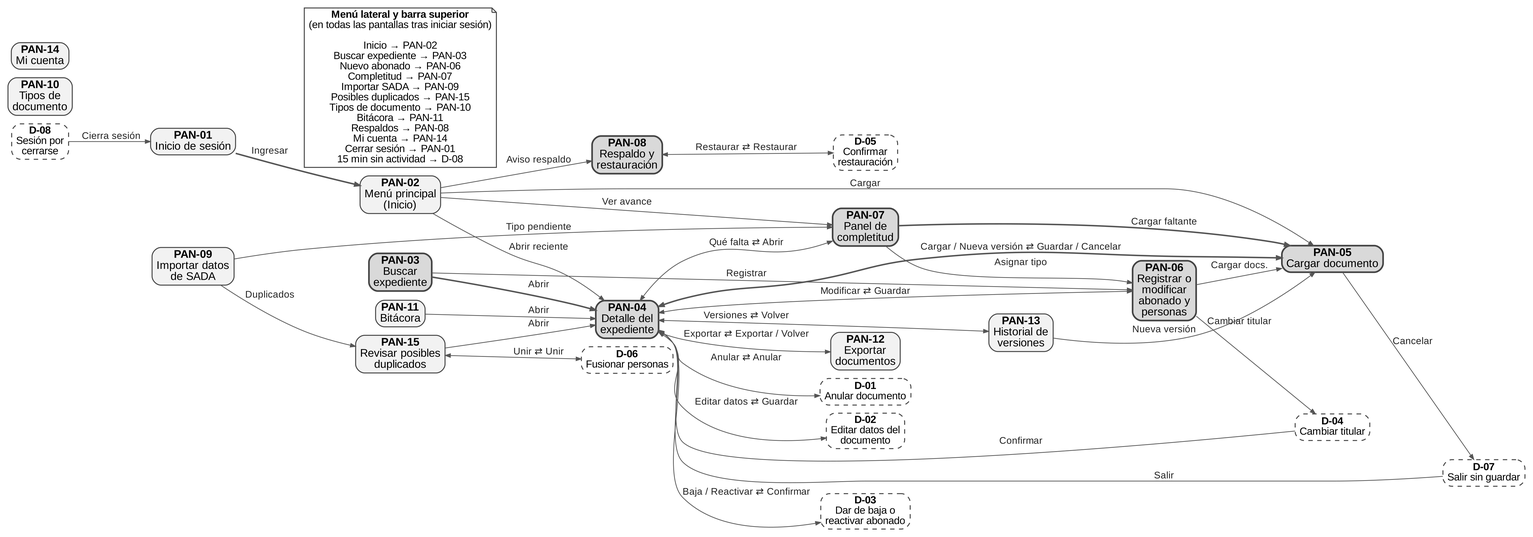
The Graphviz diagram Entregables/Prototipos/mapa_navegacion/Mapa_Navegacion_SIGEDA_documento.png in KendalTC/ProyectoASADA, before a commit. Its source is kept beside it as Entregables/Prototipos/mapa_navegacion/Mapa_Navegacion_SIGEDA_documento.dot.
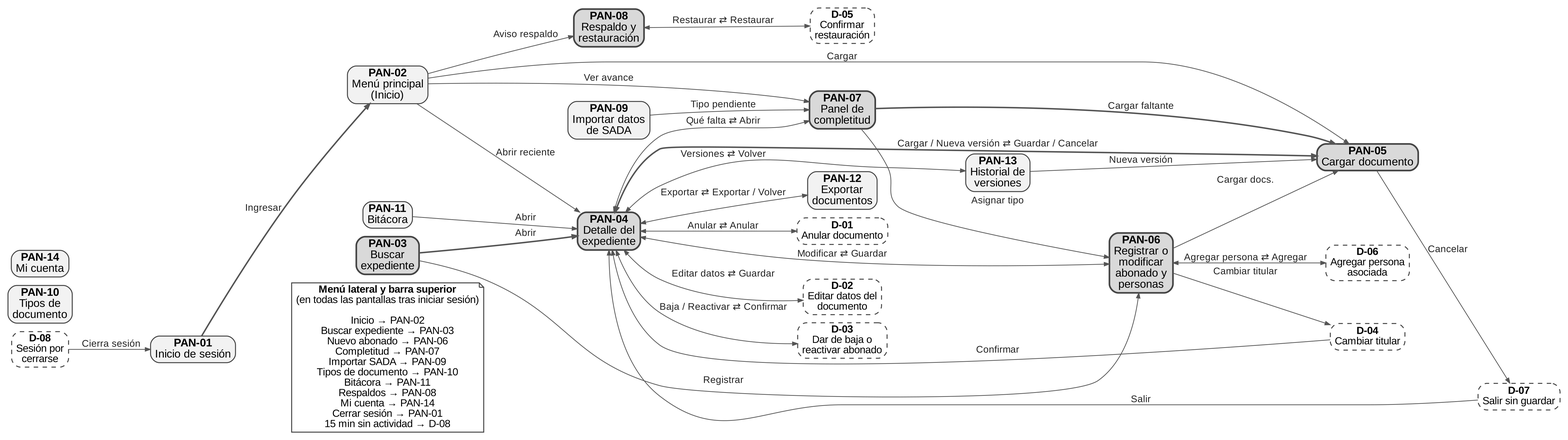
The same diagram one commit later.

The edit, as a diff of the source:
```diff
@@ -16,16 +16,15 @@
 "PAN-12" [label=<<b>PAN-12</b><br/>Exportar<br/>documentos>];
 "PAN-13" [label=<<b>PAN-13</b><br/>Historial de<br/>versiones>];
 "PAN-14" [label=<<b>PAN-14</b><br/>Mi cuenta>];
-"PAN-15" [label=<<b>PAN-15</b><br/>Revisar posibles<br/>duplicados>];
 "D-01" [label=<<b>D-01</b><br/>Anular documento>, style="rounded,dashed,filled", fillcolor="white", fontsize=14];
 "D-02" [label=<<b>D-02</b><br/>Editar datos del<br/>documento>, style="rounded,dashed,filled", fillcolor="white", fontsize=14];
 "D-03" [label=<<b>D-03</b><br/>Dar de baja o<br/>reactivar abonado>, style="rounded,dashed,filled", fillcolor="white", fontsize=14];
 "D-04" [label=<<b>D-04</b><br/>Cambiar titular>, style="rounded,dashed,filled", fillcolor="white", fontsize=14];
 "D-05" [label=<<b>D-05</b><br/>Confirmar<br/>restauración>, style="rounded,dashed,filled", fillcolor="white", fontsize=14];
-"D-06" [label=<<b>D-06</b><br/>Fusionar personas>, style="rounded,dashed,filled", fillcolor="white", fontsize=14];
+"D-06" [label=<<b>D-06</b><br/>Agregar persona<br/>asociada>, style="rounded,dashed,filled", fillcolor="white", fontsize=14];
 "D-07" [label=<<b>D-07</b><br/>Salir sin guardar>, style="rounded,dashed,filled", fillcolor="white", fontsize=14];
 "D-08" [label=<<b>D-08</b><br/>Sesión por<br/>cerrarse>, style="rounded,dashed,filled", fillcolor="white", fontsize=14];
-"MENU" [label=<<b>Menú lateral y barra superior</b><br/>(en todas las pantallas tras iniciar sesión)<br/><br/>Inicio → PAN-02<br/>Buscar expediente → PAN-03<br/>Nuevo abonado → PAN-06<br/>Completitud → PAN-07<br/>Importar SADA → PAN-09<br/>Posibles duplicados → PAN-15<br/>Tipos de documento → PAN-10<br/>Bitácora → PAN-11<br/>Respaldos → PAN-08<br/>Mi cuenta → PAN-14<br/>Cerrar sesión → PAN-01<br/>15 min sin actividad → D-08>, shape=note, fillcolor="white", fontsize=14];
+"MENU" [label=<<b>Menú lateral y barra superior</b><br/>(en todas las pantallas tras iniciar sesión)<br/><br/>Inicio → PAN-02<br/>Buscar expediente → PAN-03<br/>Nuevo abonado → PAN-06<br/>Completitud → PAN-07<br/>Importar SADA → PAN-09<br/>Tipos de documento → PAN-10<br/>Bitácora → PAN-11<br/>Respaldos → PAN-08<br/>Mi cuenta → PAN-14<br/>Cerrar sesión → PAN-01<br/>15 min sin actividad → D-08>, shape=note, fillcolor="white", fontsize=14];
 "PAN-01" -> "MENU" [style=invis];
 "PAN-01" -> "PAN-02" [label="Ingresar", style=bold, penwidth=2];
 "PAN-02" -> "PAN-08" [label="Aviso respaldo"];
@@ -46,14 +45,12 @@
 "D-07" -> "PAN-04" [label="Salir"];
 "PAN-06" -> "D-04" [label="Cambiar titular"];
 "D-04" -> "PAN-04" [label="Confirmar"];
+"PAN-06" -> "D-06" [dir=both, label="Agregar persona ⇄ Agregar"];
 "PAN-06" -> "PAN-05" [label="Cargar docs."];
 "PAN-07" -> "PAN-05" [label="Cargar faltante", style=bold, penwidth=2];
 "PAN-07" -> "PAN-06" [label="Asignar tipo"];
 "PAN-08" -> "D-05" [dir=both, label="Restaurar ⇄ Restaurar"];
-"PAN-09" -> "PAN-15" [label="Duplicados"];
 "PAN-09" -> "PAN-07" [label="Tipo pendiente"];
-"PAN-15" -> "D-06" [dir=both, label="Unir ⇄ Unir"];
-"PAN-15" -> "PAN-04" [label="Abrir"];
 "PAN-11" -> "PAN-04" [label="Abrir"];
 "PAN-13" -> "PAN-05" [label="Nueva versión"];
 "D-08" -> "PAN-01" [label="Cierra sesión"];
```
